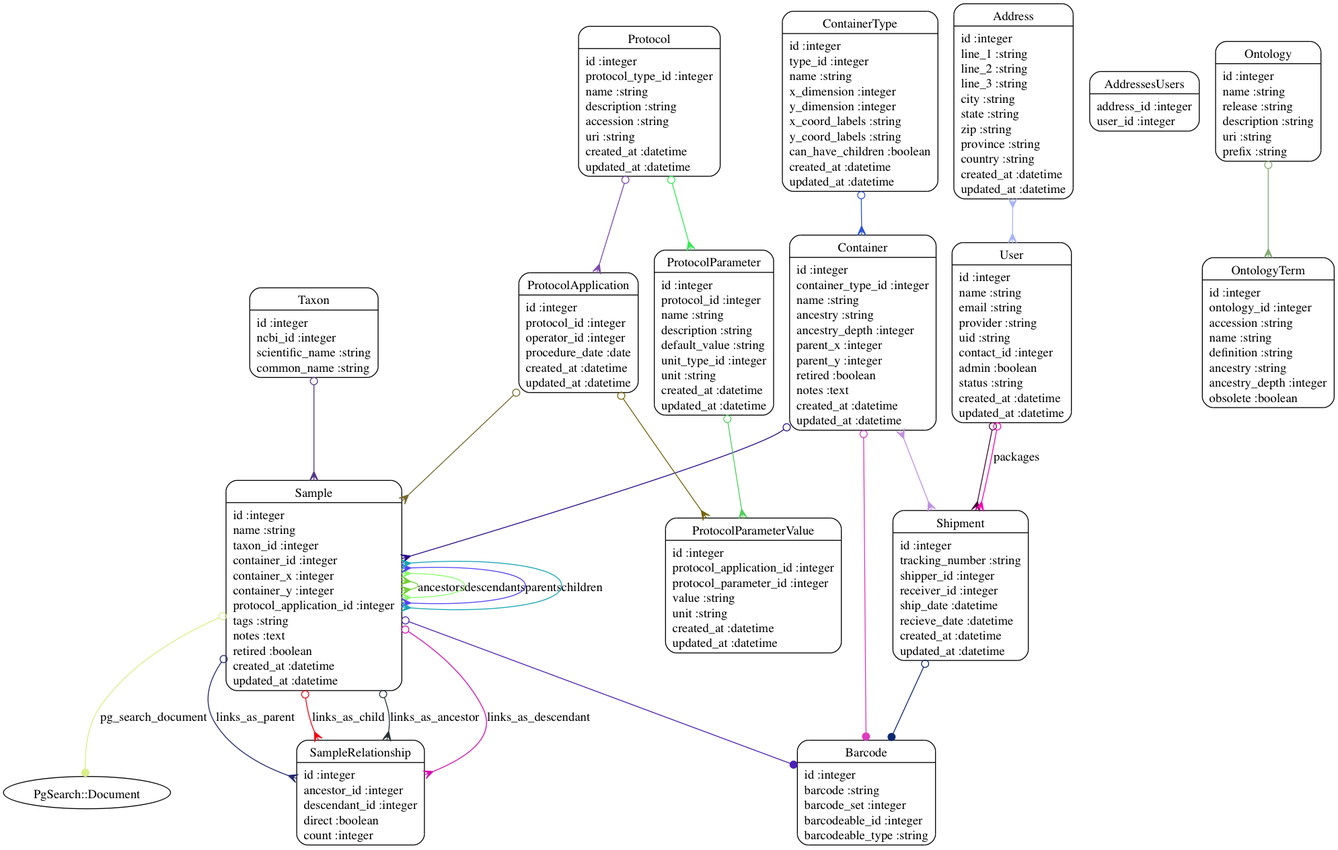
Above: models.png in dimitras/collos (Graphviz), before the change. Its source is kept beside it as models.dot.
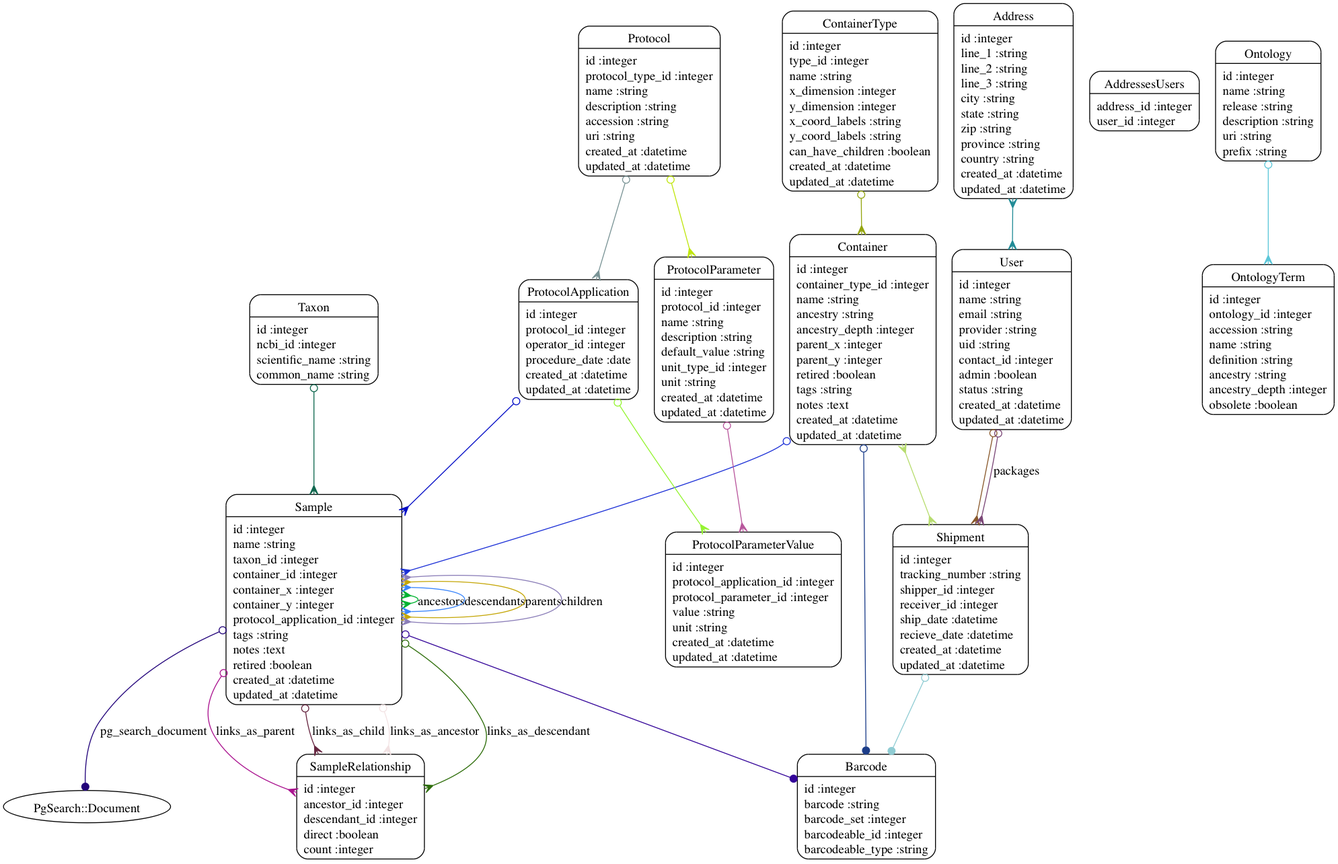
Later version of the same file.

The edit, as a diff of the source:
```diff
@@ -3,7 +3,7 @@
 	"Address" [shape=Mrecord, label="{Address|id :integer\lline_1 :string\lline_2 :string\lline_3 :string\lcity :string\lstate :string\lzip :string\lprovince :string\lcountry :string\lcreated_at :datetime\lupdated_at :datetime\l}"]
 	"AddressesUsers" [shape=Mrecord, label="{AddressesUsers|address_id :integer\luser_id :integer\l}"]
 	"Barcode" [shape=Mrecord, label="{Barcode|id :integer\lbarcode :string\lbarcode_set :integer\lbarcodeable_id :integer\lbarcodeable_type :string\l}"]
-	"Container" [shape=Mrecord, label="{Container|id :integer\lcontainer_type_id :integer\lname :string\lancestry :string\lancestry_depth :integer\lparent_x :integer\lparent_y :integer\lretired :boolean\lnotes :text\lcreated_at :datetime\lupdated_at :datetime\l}"]
+	"Container" [shape=Mrecord, label="{Container|id :integer\lcontainer_type_id :integer\lname :string\lancestry :string\lancestry_depth :integer\lparent_x :integer\lparent_y :integer\lretired :boolean\ltags :string\lnotes :text\lcreated_at :datetime\lupdated_at :datetime\l}"]
 	"ContainerType" [shape=Mrecord, label="{ContainerType|id :integer\ltype_id :integer\lname :string\lx_dimension :integer\ly_dimension :integer\lx_coord_labels :string\ly_coord_labels :string\lcan_have_children :boolean\lcreated_at :datetime\lupdated_at :datetime\l}"]
 	"Ontology" [shape=Mrecord, label="{Ontology|id :integer\lname :string\lrelease :string\ldescription :string\luri :string\lprefix :string\l}"]
 	"OntologyTerm" [shape=Mrecord, label="{OntologyTerm|id :integer\lontology_id :integer\laccession :string\lname :string\ldefinition :string\lancestry :string\lancestry_depth :integer\lobsolete :boolean\l}"]
@@ -16,29 +16,29 @@
 	"Shipment" [shape=Mrecord, label="{Shipment|id :integer\ltracking_number :string\lshipper_id :integer\lreceiver_id :integer\lship_date :datetime\lrecieve_date :datetime\lcreated_at :datetime\lupdated_at :datetime\l}"]
 	"Taxon" [shape=Mrecord, label="{Taxon|id :integer\lncbi_id :integer\lscientific_name :string\lcommon_name :string\l}"]
 	"User" [shape=Mrecord, label="{User|id :integer\lname :string\lemail :string\lprovider :string\luid :string\lcontact_id :integer\ladmin :boolean\lstatus :string\lcreated_at :datetime\lupdated_at :datetime\l}"]
-	"Address" -> "User" [arrowtail=crow, arrowhead=crow, dir=both color="#A6B2FA"]
-	"Container" -> "Sample" [arrowtail=odot, arrowhead=crow, dir=both color="#280A8B"]
-	"Container" -> "Barcode" [arrowtail=odot, arrowhead=dot, dir=both color="#DD3AC0"]
-	"Container" -> "Shipment" [arrowtail=crow, arrowhead=crow, dir=both color="#BE8EE2"]
-	"ContainerType" -> "Container" [arrowtail=odot, arrowhead=crow, dir=both color="#2C54D5"]
-	"Ontology" -> "OntologyTerm" [arrowtail=odot, arrowhead=crow, dir=both color="#84AB72"]
-	"Protocol" -> "ProtocolApplication" [arrowtail=odot, arrowhead=crow, dir=both color="#7E48B0"]
-	"Protocol" -> "ProtocolParameter" [arrowtail=odot, arrowhead=crow, dir=both color="#31EB51"]
-	"ProtocolApplication" -> "Sample" [arrowtail=odot, arrowhead=crow, dir=both color="#73692C"]
-	"ProtocolApplication" -> "ProtocolParameterValue" [arrowtail=odot, arrowhead=crow, dir=both color="#776209"]
-	"ProtocolParameter" -> "ProtocolParameterValue" [arrowtail=odot, arrowhead=crow, dir=both color="#4FCE5B"]
-	"Sample" -> "Barcode" [arrowtail=odot, arrowhead=dot, dir=both color="#4D20B5"]
-	"Sample" -> "SampleRelationship" [label="links_as_ancestor", arrowtail=odot, arrowhead=crow, dir=both color="#233135"]
-	"Sample" -> "SampleRelationship" [label="links_as_descendant", arrowtail=odot, arrowhead=crow, dir=both color="#D40FB1"]
-	"Sample" -> "Sample" [label="ancestors", arrowtail=crow, arrowhead=crow, dir=both color="#73D136"]
-	"Sample" -> "Sample" [label="descendants", arrowtail=crow, arrowhead=crow, dir=both color="#8AFD6C"]
-	"Sample" -> "SampleRelationship" [label="links_as_parent", arrowtail=odot, arrowhead=crow, dir=both color="#20276C"]
-	"Sample" -> "SampleRelationship" [label="links_as_child", arrowtail=odot, arrowhead=crow, dir=both color="#F70410"]
-	"Sample" -> "Sample" [label="parents", arrowtail=crow, arrowhead=crow, dir=both color="#5242F2"]
-	"Sample" -> "Sample" [label="children", arrowtail=crow, arrowhead=crow, dir=both color="#17A5B4"]
-	"Sample" -> "PgSearch::Document" [label="pg_search_document", arrowtail=odot, arrowhead=dot, dir=both color="#D8EE87"]
-	"Shipment" -> "Barcode" [arrowtail=odot, arrowhead=dot, dir=both color="#0D2970"]
-	"Taxon" -> "Sample" [arrowtail=odot, arrowhead=crow, dir=both color="#533A8A"]
-	"User" -> "Shipment" [arrowtail=odot, arrowhead=crow, dir=both color="#470C38"]
-	"User" -> "Shipment" [label="packages", arrowtail=odot, arrowhead=crow, dir=both color="#FA08B1"]
+	"Address" -> "User" [arrowtail=crow, arrowhead=crow, dir=both color="#218B96"]
+	"Container" -> "Sample" [arrowtail=odot, arrowhead=crow, dir=both color="#1C30D6"]
+	"Container" -> "Barcode" [arrowtail=odot, arrowhead=dot, dir=both color="#1C3D89"]
+	"Container" -> "Shipment" [arrowtail=crow, arrowhead=crow, dir=both color="#B7DC6F"]
+	"ContainerType" -> "Container" [arrowtail=odot, arrowhead=crow, dir=both color="#94A50F"]
+	"Ontology" -> "OntologyTerm" [arrowtail=odot, arrowhead=crow, dir=both color="#5BC6D8"]
+	"Protocol" -> "ProtocolApplication" [arrowtail=odot, arrowhead=crow, dir=both color="#799395"]
+	"Protocol" -> "ProtocolParameter" [arrowtail=odot, arrowhead=crow, dir=both color="#BFE50E"]
+	"ProtocolApplication" -> "Sample" [arrowtail=odot, arrowhead=crow, dir=both color="#020BC5"]
+	"ProtocolApplication" -> "ProtocolParameterValue" [arrowtail=odot, arrowhead=crow, dir=both color="#94F331"]
+	"ProtocolParameter" -> "ProtocolParameterValue" [arrowtail=odot, arrowhead=crow, dir=both color="#B8569C"]
+	"Sample" -> "Barcode" [arrowtail=odot, arrowhead=dot, dir=both color="#340599"]
+	"Sample" -> "SampleRelationship" [label="links_as_ancestor", arrowtail=odot, arrowhead=crow, dir=both color="#F2E2E3"]
+	"Sample" -> "SampleRelationship" [label="links_as_descendant", arrowtail=odot, arrowhead=crow, dir=both color="#2C6C08"]
+	"Sample" -> "Sample" [label="ancestors", arrowtail=crow, arrowhead=crow, dir=both color="#00B230"]
+	"Sample" -> "Sample" [label="descendants", arrowtail=crow, arrowhead=crow, dir=both color="#3A85FB"]
+	"Sample" -> "SampleRelationship" [label="links_as_parent", arrowtail=odot, arrowhead=crow, dir=both color="#A9128E"]
+	"Sample" -> "SampleRelationship" [label="links_as_child", arrowtail=odot, arrowhead=crow, dir=both color="#65243F"]
+	"Sample" -> "Sample" [label="parents", arrowtail=crow, arrowhead=crow, dir=both color="#C4A608"]
+	"Sample" -> "Sample" [label="children", arrowtail=crow, arrowhead=crow, dir=both color="#8B7EB8"]
+	"Sample" -> "PgSearch::Document" [label="pg_search_document", arrowtail=odot, arrowhead=dot, dir=both color="#22037A"]
+	"Shipment" -> "Barcode" [arrowtail=odot, arrowhead=dot, dir=both color="#90CCD3"]
+	"Taxon" -> "Sample" [arrowtail=odot, arrowhead=crow, dir=both color="#0F674E"]
+	"User" -> "Shipment" [arrowtail=odot, arrowhead=crow, dir=both color="#89592C"]
+	"User" -> "Shipment" [label="packages", arrowtail=odot, arrowhead=crow, dir=both color="#7A4676"]
 }
```
